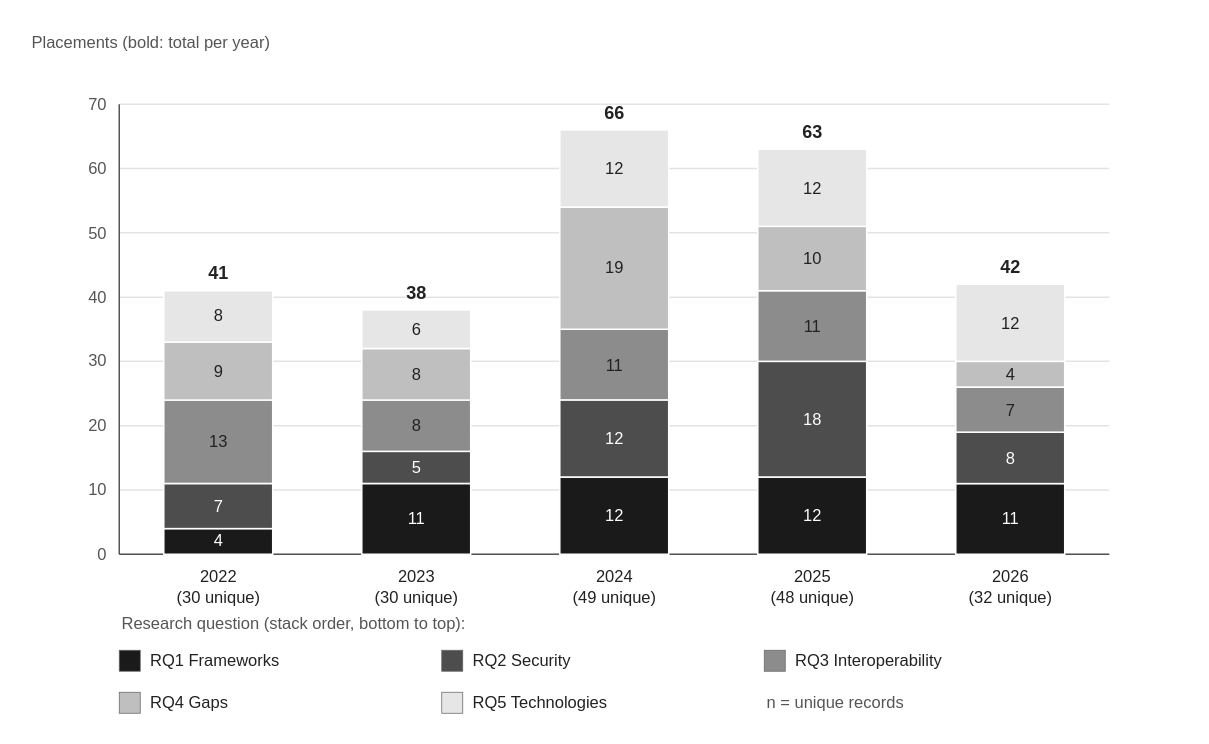
This is figures/fig_bib_1_records_per_year.drawio from egagraha/slr-dataspace, a draw.io file, before an edit. Source tidied: cells renumbered, new cells numbered last; positions are measured from the earlier drawing's top-left corner, leaving out a move shared by most shapes. Both pictures are drawn from the tidied source at 150%, with x=0, y=0 at pixel (26, 26).
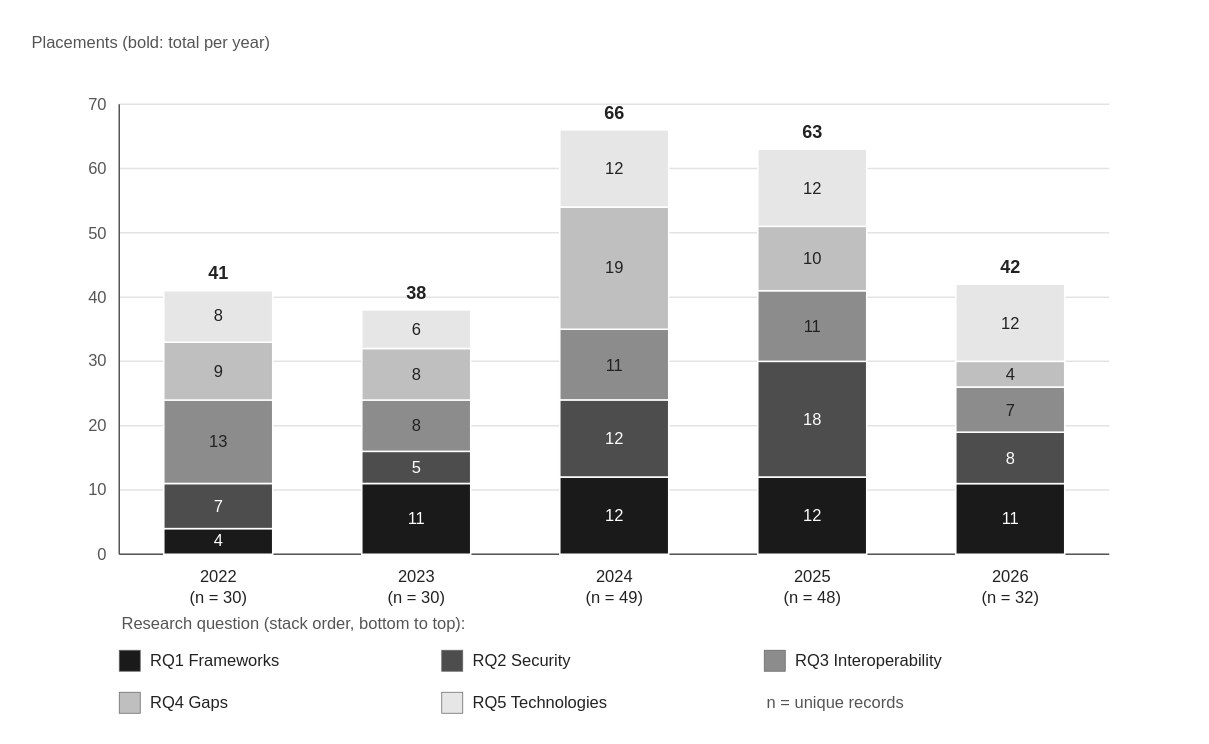
The same page after the edit.

The edit, as a diff of the source:
```diff
@@
-    <mxCell id="26" value="2022&lt;br&gt;(30 unique)" style="text;html=1;strokeColor=none;fillColor=none;fontFamily=Helvetica;fontSize=11;fontColor=#222222;fontStyle=0;align=center;verticalAlign=middle;whiteSpace=wrap;rotation=0;" parent="1" vertex="1">
+    <mxCell id="26" value="2022&lt;br&gt;(n = 30)" style="text;html=1;strokeColor=none;fillColor=none;fontFamily=Helvetica;fontSize=11;fontColor=#222222;fontStyle=0;align=center;verticalAlign=middle;whiteSpace=wrap;rotation=0;" parent="1" vertex="1">
       <mxGeometry x="76.7" y="356" width="102.6" height="36" as="geometry" />
     </mxCell>
@@
-    <mxCell id="33" value="2023&lt;br&gt;(30 unique)" style="text;html=1;strokeColor=none;fillColor=none;fontFamily=Helvetica;fontSize=11;fontColor=#222222;fontStyle=0;align=center;verticalAlign=middle;whiteSpace=wrap;rotation=0;" parent="1" vertex="1">
+    <mxCell id="33" value="2023&lt;br&gt;(n = 30)" style="text;html=1;strokeColor=none;fillColor=none;fontFamily=Helvetica;fontSize=11;fontColor=#222222;fontStyle=0;align=center;verticalAlign=middle;whiteSpace=wrap;rotation=0;" parent="1" vertex="1">
       <mxGeometry x="208.7" y="356" width="102.6" height="36" as="geometry" />
     </mxCell>
@@
-    <mxCell id="40" value="2024&lt;br&gt;(49 unique)" style="text;html=1;strokeColor=none;fillColor=none;fontFamily=Helvetica;fontSize=11;fontColor=#222222;fontStyle=0;align=center;verticalAlign=middle;whiteSpace=wrap;rotation=0;" parent="1" vertex="1">
+    <mxCell id="40" value="2024&lt;br&gt;(n = 49)" style="text;html=1;strokeColor=none;fillColor=none;fontFamily=Helvetica;fontSize=11;fontColor=#222222;fontStyle=0;align=center;verticalAlign=middle;whiteSpace=wrap;rotation=0;" parent="1" vertex="1">
       <mxGeometry x="340.7" y="356" width="102.6" height="36" as="geometry" />
     </mxCell>
@@
-    <mxCell id="47" value="2025&lt;br&gt;(48 unique)" style="text;html=1;strokeColor=none;fillColor=none;fontFamily=Helvetica;fontSize=11;fontColor=#222222;fontStyle=0;align=center;verticalAlign=middle;whiteSpace=wrap;rotation=0;" parent="1" vertex="1">
+    <mxCell id="47" value="2025&lt;br&gt;(n = 48)" style="text;html=1;strokeColor=none;fillColor=none;fontFamily=Helvetica;fontSize=11;fontColor=#222222;fontStyle=0;align=center;verticalAlign=middle;whiteSpace=wrap;rotation=0;" parent="1" vertex="1">
       <mxGeometry x="472.7" y="356" width="102.6" height="36" as="geometry" />
     </mxCell>
@@
-    <mxCell id="54" value="2026&lt;br&gt;(32 unique)" style="text;html=1;strokeColor=none;fillColor=none;fontFamily=Helvetica;fontSize=11;fontColor=#222222;fontStyle=0;align=center;verticalAlign=middle;whiteSpace=wrap;rotation=0;" parent="1" vertex="1">
+    <mxCell id="54" value="2026&lt;br&gt;(n = 32)" style="text;html=1;strokeColor=none;fillColor=none;fontFamily=Helvetica;fontSize=11;fontColor=#222222;fontStyle=0;align=center;verticalAlign=middle;whiteSpace=wrap;rotation=0;" parent="1" vertex="1">
       <mxGeometry x="604.7" y="356" width="102.6" height="36" as="geometry" />
     </mxCell>
```
